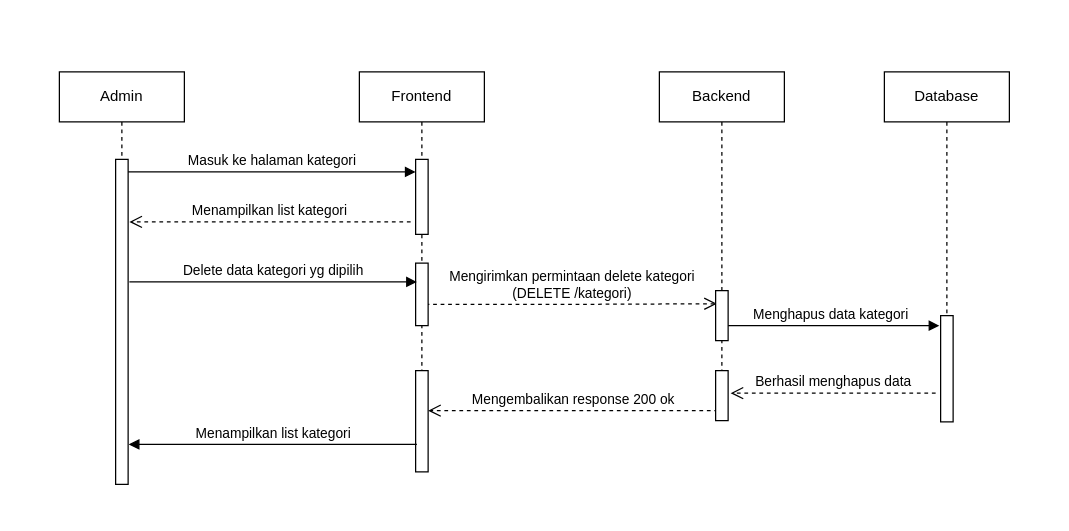
Before: page "Halaman-3" (3 of 12) of Sequence.drawio in sintariaulia/Diagram, a draw.io diagram. Source tidied: cells renumbered, new cells numbered last; positions are measured from the earlier drawing's top-left corner, leaving out a move shared by most shapes. Both pictures are drawn from the tidied source at 125%, with x=0, y=0 at pixel (59, 71).
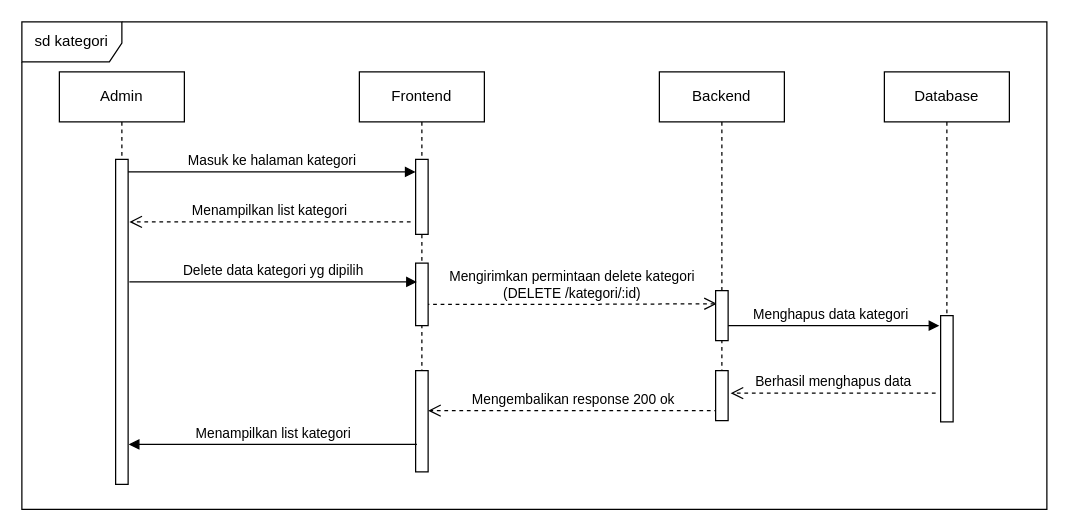
Above is the later version.

The edit, as a diff of the source:
```diff
@@
-    <mxCell id="4" value="Mengirimkan permintaan delete kategori&lt;br&gt;(DELETE /kategori)" style="html=1;verticalAlign=bottom;endArrow=open;dashed=1;endSize=8;edgeStyle=elbowEdgeStyle;elbow=horizontal;curved=0;rounded=0;entryX=-0.2;entryY=0.37;entryDx=0;entryDy=0;entryPerimeter=0;" parent="1" edge="1">
+    <mxCell id="4" value="Mengirimkan permintaan delete kategori&lt;br&gt;(DELETE /kategori/:id)" style="html=1;verticalAlign=bottom;endArrow=open;dashed=1;endSize=8;edgeStyle=elbowEdgeStyle;elbow=horizontal;curved=0;rounded=0;entryX=-0.2;entryY=0.37;entryDx=0;entryDy=0;entryPerimeter=0;" parent="1" edge="1">
       <mxGeometry relative="1" as="geometry">
         <mxPoint x="293" y="186" as="sourcePoint" />
         <mxPoint x="526" y="185.5" as="targetPoint" />
       </mxGeometry>
     </mxCell>
@@
+    <mxCell id="21" value="sd kategori" style="shape=umlFrame;whiteSpace=wrap;html=1;width=80;height=32;" parent="1" vertex="1">
+      <mxGeometry x="-30" y="-40" width="820" height="390" as="geometry" />
+    </mxCell>
```
